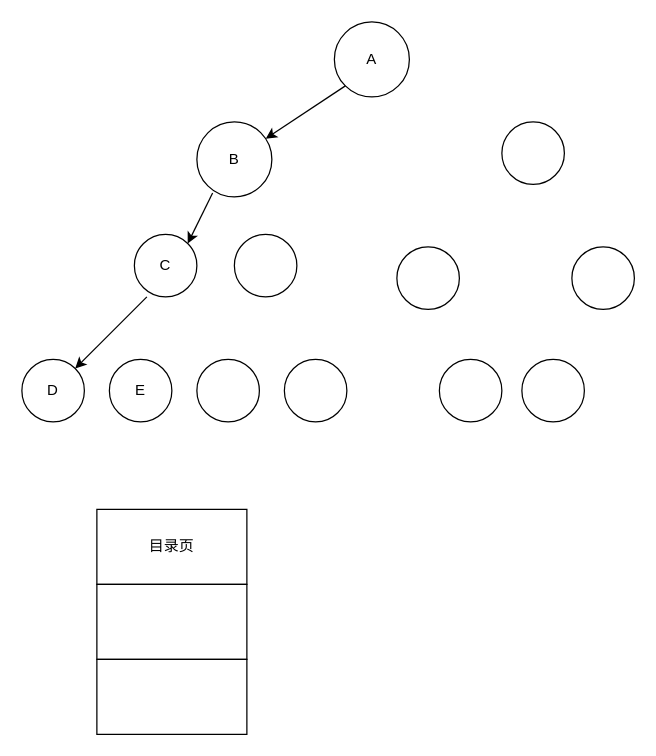
The draw.io diagram Untitled Diagram.drawio in llqhz/com, before the edit. Source tidied: cells renumbered, new cells numbered last; positions are measured from the earlier drawing's top-left corner, leaving out a move shared by most shapes. Both pictures are drawn from the tidied source at 125%, with x=0, y=0 at pixel (21, 21).
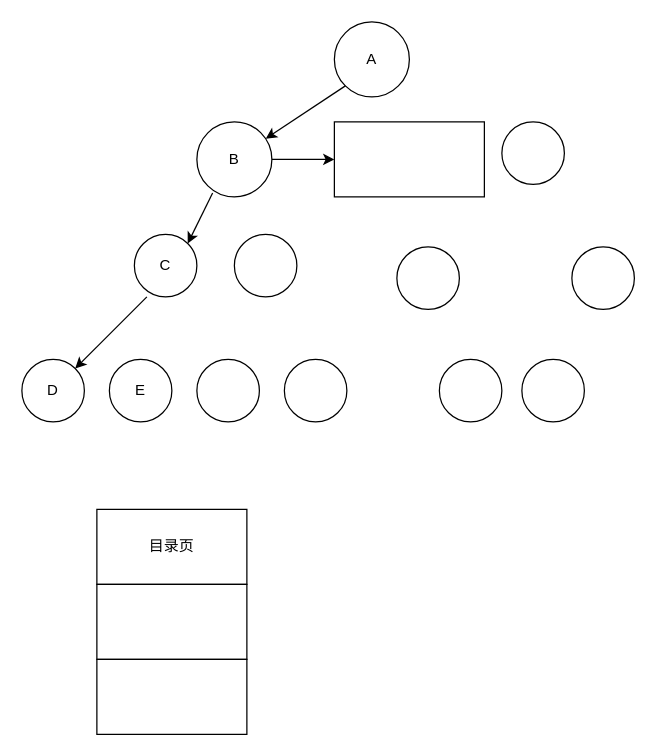
Above is the later version.

The change refers to these unchanged cells:
```xml
<mxCell id="3" value="B" style="ellipse;whiteSpace=wrap;html=1;" parent="1" vertex="1">
  <mxGeometry x="140" y="80" width="60" height="60" as="geometry" />
</mxCell>
```

Diff of the diagram source:
```diff
@@
+    <mxCell id="21" style="edgeStyle=orthogonalEdgeStyle;rounded=0;jettySize=auto;html=1;" parent="1" edge="1" source="3" target="22">
+      <mxGeometry relative="1" as="geometry" />
+    </mxCell>
@@
+    <mxCell id="22" style="whiteSpace=wrap;html=1;" parent="1" vertex="1">
+      <mxGeometry x="250" y="80" width="120" height="60" as="geometry" />
+    </mxCell>
```
